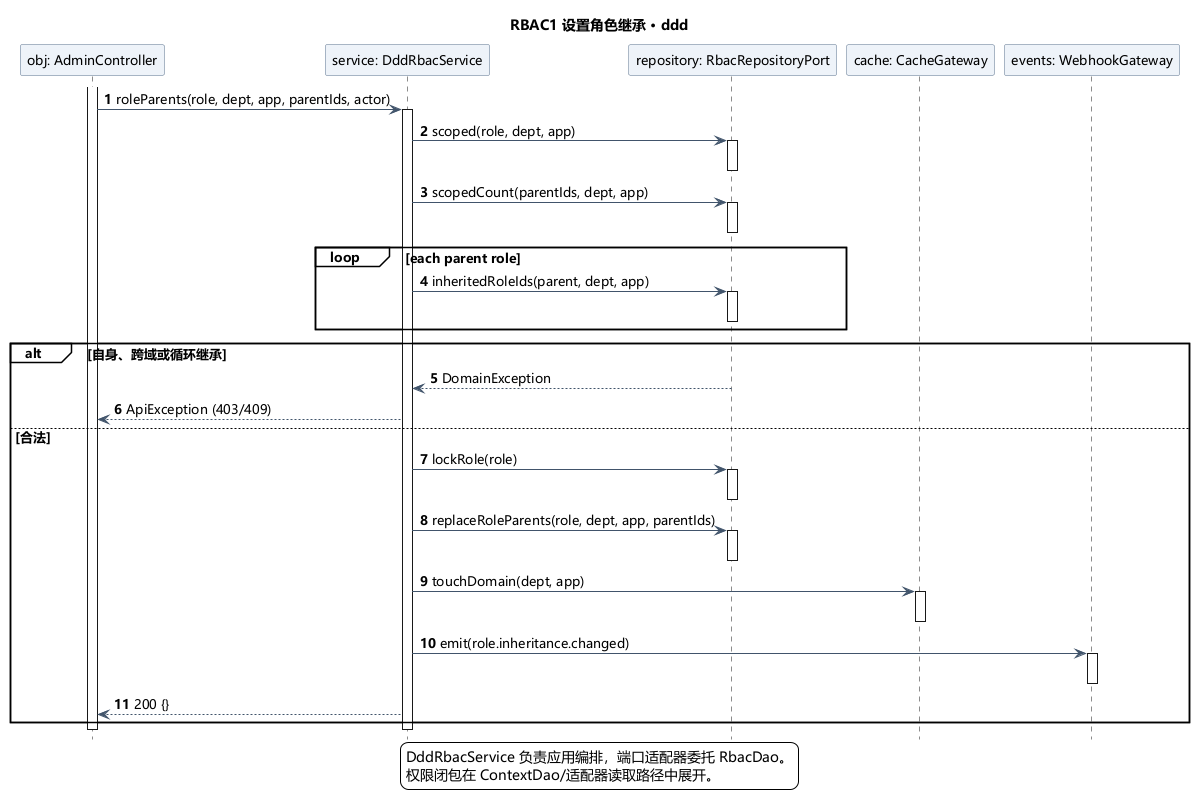
JiuQi79-BOT/MelonHub keeps this PlantUML diagram as doc/uml/role-hierarchy-ddd-sequence.png. Above is the earlier version. Source of this version:
```plantuml
@startuml
skinparam shadowing false
skinparam defaultFontName Microsoft YaHei
skinparam defaultFontSize 13
skinparam classAttributeIconSize 0
skinparam backgroundColor white
skinparam ArrowColor #41546B
skinparam classBackgroundColor #F5F8FC
skinparam classBorderColor #59708C
skinparam sequenceParticipantBackgroundColor #EEF3F9
skinparam sequenceParticipantBorderColor #59708C
skinparam sequenceGroupBackgroundColor transparent
skinparam sequenceMessageAlign left
hide footbox
title RBAC1 设置角色继承 · ddd
participant "obj: AdminController" as C
participant "service: DddRbacService" as S
participant "repository: RbacRepositoryPort" as P
participant "cache: CacheGateway" as Cache
participant "events: WebhookGateway" as W
autonumber
activate C
C -> S: roleParents(role, dept, app, parentIds, actor)
activate S
S -> P: scoped(role, dept, app)
activate P
deactivate P
S -> P: scopedCount(parentIds, dept, app)
activate P
deactivate P
loop each parent role
 S -> P: inheritedRoleIds(parent, dept, app)
 activate P
 deactivate P
end
alt 自身、跨域或循环继承
 P --> S: DomainException
 S --> C: ApiException (403/409)
else 合法
 S -> P: lockRole(role)
 activate P
 deactivate P
 S -> P: replaceRoleParents(role, dept, app, parentIds)
 activate P
 deactivate P
 S -> Cache: touchDomain(dept, app)
 activate Cache
 deactivate Cache
 S -> W: emit(role.inheritance.changed)
 activate W
 deactivate W
 S --> C: 200 {}
end
deactivate S
deactivate C
legend bottom
DddRbacService 负责应用编排，端口适配器委托 RbacDao。
权限闭包在 ContextDao/适配器读取路径中展开。
endlegend
@enduml
```
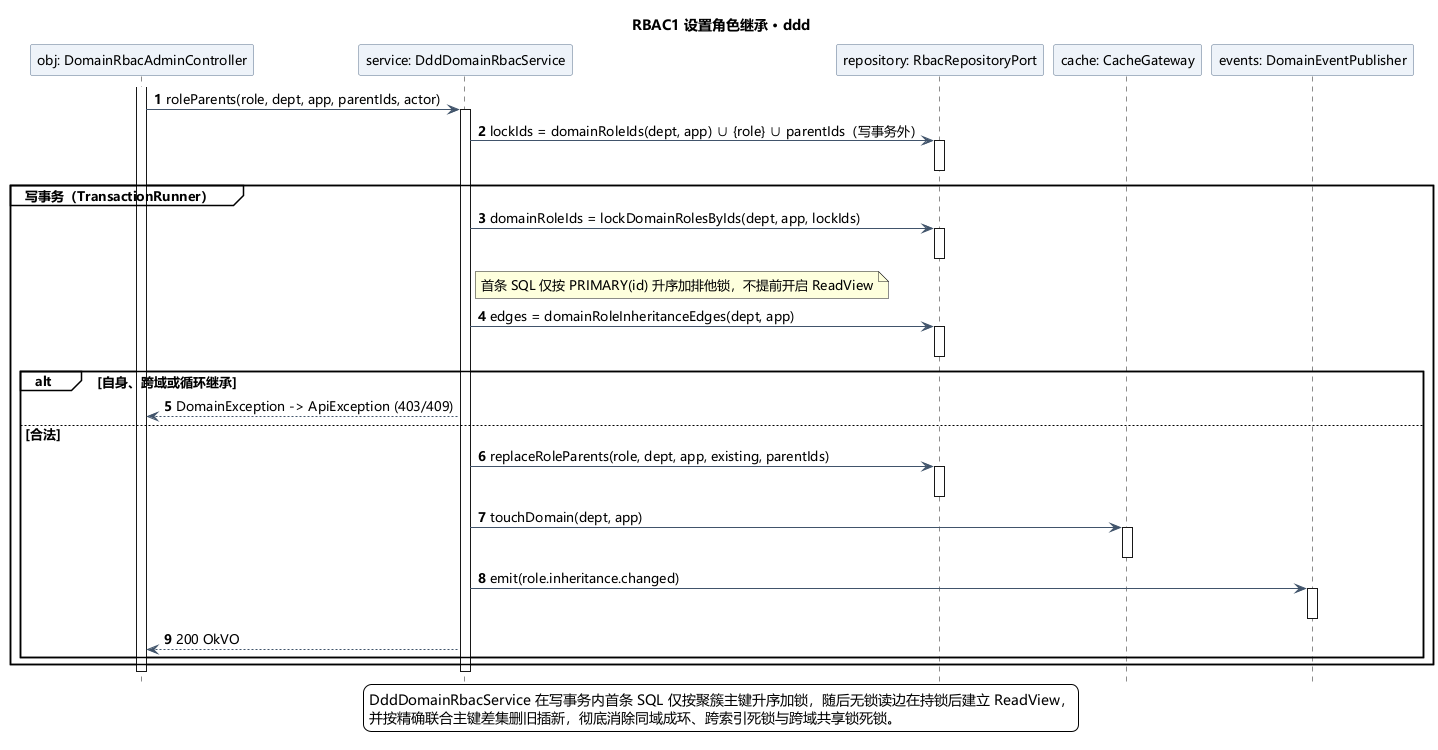
Above is the later version.

Change to the diagram source:
```diff
@@ -13,48 +13,45 @@
 skinparam sequenceMessageAlign left
 hide footbox
 title RBAC1 设置角色继承 · ddd
-participant "obj: AdminController" as C
-participant "service: DddRbacService" as S
+participant "obj: DomainRbacAdminController" as C
+participant "service: DddDomainRbacService" as S
 participant "repository: RbacRepositoryPort" as P
 participant "cache: CacheGateway" as Cache
-participant "events: WebhookGateway" as W
+participant "events: DomainEventPublisher" as W
 autonumber
 activate C
 C -> S: roleParents(role, dept, app, parentIds, actor)
 activate S
-S -> P: scoped(role, dept, app)
+S -> P: lockIds = domainRoleIds(dept, app) ∪ {role} ∪ parentIds（写事务外）
 activate P
 deactivate P
-S -> P: scopedCount(parentIds, dept, app)
-activate P
-deactivate P
-loop each parent role
- S -> P: inheritedRoleIds(parent, dept, app)
+group 写事务（TransactionRunner）
+ S -> P: domainRoleIds = lockDomainRolesByIds(dept, app, lockIds)
  activate P
  deactivate P
-end
-alt 自身、跨域或循环继承
- P --> S: DomainException
- S --> C: ApiException (403/409)
-else 合法
- S -> P: lockRole(role)
+ note right of S: 首条 SQL 仅按 PRIMARY(id) 升序加排他锁，不提前开启 ReadView
+ S -> P: edges = domainRoleInheritanceEdges(dept, app)
  activate P
  deactivate P
- S -> P: replaceRoleParents(role, dept, app, parentIds)
- activate P
- deactivate P
- S -> Cache: touchDomain(dept, app)
- activate Cache
- deactivate Cache
- S -> W: emit(role.inheritance.changed)
- activate W
- deactivate W
- S --> C: 200 {}
+ alt 自身、跨域或循环继承
+  S --> C: DomainException -> ApiException (403/409)
+ else 合法
+  S -> P: replaceRoleParents(role, dept, app, existing, parentIds)
+  activate P
+  deactivate P
+  S -> Cache: touchDomain(dept, app)
+  activate Cache
+  deactivate Cache
+  S -> W: emit(role.inheritance.changed)
+  activate W
+  deactivate W
+  S --> C: 200 OkVO
+ end
 end
 deactivate S
 deactivate C
 legend bottom
-DddRbacService 负责应用编排，端口适配器委托 RbacDao。
-权限闭包在 ContextDao/适配器读取路径中展开。
+DddDomainRbacService 在写事务内首条 SQL 仅按聚簇主键升序加锁，随后无锁读边在持锁后建立 ReadView，
+并按精确联合主键差集删旧插新，彻底消除同域成环、跨索引死锁与跨域共享锁死锁。
 endlegend
 @enduml
```
